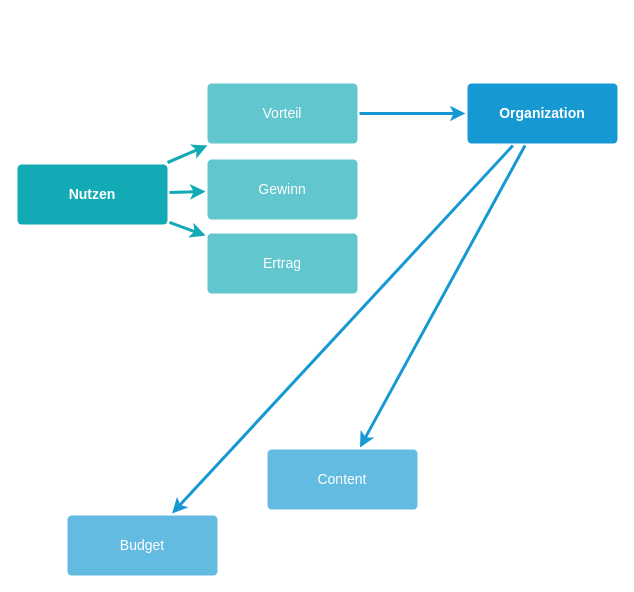
The draw.io diagram Untitled Diagram.drawio in CastroSandra/myRepository, before the edit. Source tidied: cells renumbered, new cells numbered last; positions are measured from the earlier drawing's top-left corner, leaving out a move shared by most shapes. Both pictures are drawn from the tidied source at 100%, with x=0, y=0 at pixel (17, 83).
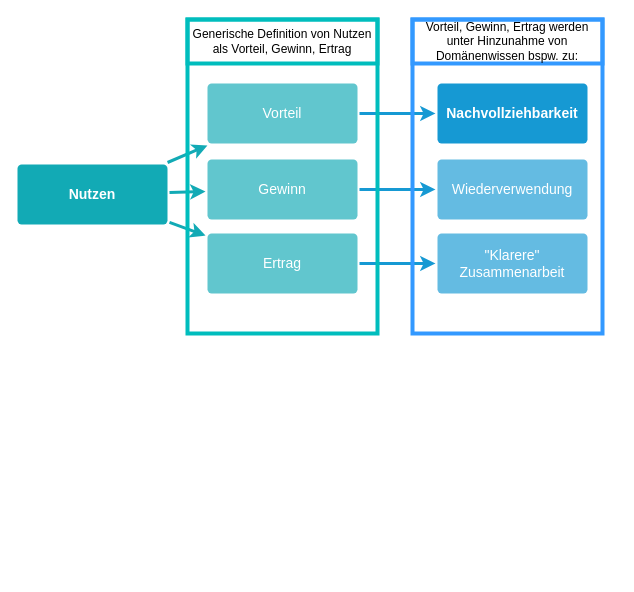
After the change.

Diff of the diagram source:
```diff
@@
 <mxGraphModel background="#ffffff">
   <root>
     <mxCell id="0" />
     <mxCell id="1" parent="0" />
     <mxCell id="2" style="edgeStyle=none;rounded=0;jumpStyle=none;html=1;shadow=0;labelBackgroundColor=none;startArrow=none;startFill=0;endArrow=classic;endFill=1;jettySize=auto;strokeColor=#1699D3;strokeWidth=3;fontFamily=Helvetica;fontSize=14;fontColor=#FFFFFF;spacing=5;exitX=1;exitY=0.5;exitDx=0;exitDy=0;" parent="1" edge="1" source="13" target="5">
       <mxGeometry relative="1" as="geometry" />
     </mxCell>
-    <mxCell id="3" style="edgeStyle=none;rounded=0;jumpStyle=none;html=1;shadow=0;labelBackgroundColor=none;startArrow=none;startFill=0;endArrow=classic;endFill=1;jettySize=auto;strokeColor=#1699D3;strokeWidth=3;fontFamily=Helvetica;fontSize=14;fontColor=#FFFFFF;spacing=5;" parent="1" edge="1" source="5" target="7">
+    <mxCell id="3" style="edgeStyle=none;rounded=0;jumpStyle=none;html=1;shadow=0;labelBackgroundColor=none;startArrow=none;startFill=0;endArrow=classic;endFill=1;jettySize=auto;strokeColor=#1699D3;strokeWidth=3;fontFamily=Helvetica;fontSize=14;fontColor=#FFFFFF;spacing=5;exitX=1;exitY=0.5;exitDx=0;exitDy=0;" parent="1" edge="1" source="11" target="7">
       <mxGeometry relative="1" as="geometry" />
     </mxCell>
-    <mxCell id="4" style="edgeStyle=none;rounded=0;jumpStyle=none;html=1;shadow=0;labelBackgroundColor=none;startArrow=none;startFill=0;endArrow=classic;endFill=1;jettySize=auto;strokeColor=#1699D3;strokeWidth=3;fontFamily=Helvetica;fontSize=14;fontColor=#FFFFFF;spacing=5;" parent="1" edge="1" source="5" target="6">
+    <mxCell id="4" style="edgeStyle=none;rounded=0;jumpStyle=none;html=1;shadow=0;labelBackgroundColor=none;startArrow=none;startFill=0;endArrow=classic;endFill=1;jettySize=auto;strokeColor=#1699D3;strokeWidth=3;fontFamily=Helvetica;fontSize=14;fontColor=#FFFFFF;spacing=5;exitX=1;exitY=0.5;exitDx=0;exitDy=0;" parent="1" edge="1" source="9" target="6">
       <mxGeometry relative="1" as="geometry" />
     </mxCell>
+    <mxCell id="15" style="edgeStyle=orthogonalEdgeStyle;rounded=0;orthogonalLoop=1;jettySize=auto;html=1;exitX=0.5;exitY=1;exitDx=0;exitDy=0;entryX=0.5;entryY=1;entryDx=0;entryDy=0;" parent="1" edge="1" source="5" target="5">
+      <mxGeometry relative="1" as="geometry" />
+    </mxCell>
-    <mxCell id="5" value="Organization" style="rounded=1;whiteSpace=wrap;html=1;shadow=0;labelBackgroundColor=none;strokeColor=none;strokeWidth=3;fillColor=#1699d3;fontFamily=Helvetica;fontSize=14;fontColor=#FFFFFF;align=center;spacing=5;fontStyle=1;arcSize=7;perimeterSpacing=2;" parent="1" vertex="1">
-      <mxGeometry x="450" width="150" height="60" as="geometry" />
+    <mxCell id="5" value="Nachvollziehbarkeit" style="rounded=1;whiteSpace=wrap;html=1;shadow=0;labelBackgroundColor=none;strokeColor=none;strokeWidth=3;fillColor=#1699d3;fontFamily=Helvetica;fontSize=14;fontColor=#FFFFFF;align=center;spacing=5;fontStyle=1;arcSize=7;perimeterSpacing=2;" parent="1" vertex="1">
+      <mxGeometry x="420" width="150" height="60" as="geometry" />
     </mxCell>
-    <mxCell id="6" value="Content" style="rounded=1;whiteSpace=wrap;html=1;shadow=0;labelBackgroundColor=none;strokeColor=none;strokeWidth=3;fillColor=#64bbe2;fontFamily=Helvetica;fontSize=14;fontColor=#FFFFFF;align=center;spacing=5;arcSize=7;perimeterSpacing=2;" parent="1" vertex="1">
-      <mxGeometry x="250" y="366" width="150" height="60" as="geometry" />
+    <mxCell id="6" value="&quot;Klarere&quot; Zusammenarbeit" style="rounded=1;whiteSpace=wrap;html=1;shadow=0;labelBackgroundColor=none;strokeColor=none;strokeWidth=3;fillColor=#64bbe2;fontFamily=Helvetica;fontSize=14;fontColor=#FFFFFF;align=center;spacing=5;arcSize=7;perimeterSpacing=2;" parent="1" vertex="1">
+      <mxGeometry x="420" y="150" width="150" height="60" as="geometry" />
     </mxCell>
-    <mxCell id="7" value="Budget" style="rounded=1;whiteSpace=wrap;html=1;shadow=0;labelBackgroundColor=none;strokeColor=none;strokeWidth=3;fillColor=#64bbe2;fontFamily=Helvetica;fontSize=14;fontColor=#FFFFFF;align=center;spacing=5;arcSize=7;perimeterSpacing=2;" parent="1" vertex="1">
-      <mxGeometry x="50" y="432" width="150" height="60" as="geometry" />
+    <mxCell id="7" value="Wiederverwendung" style="rounded=1;whiteSpace=wrap;html=1;shadow=0;labelBackgroundColor=none;strokeColor=none;strokeWidth=3;fillColor=#64bbe2;fontFamily=Helvetica;fontSize=14;fontColor=#FFFFFF;align=center;spacing=5;arcSize=7;perimeterSpacing=2;" parent="1" vertex="1">
+      <mxGeometry x="420" y="76" width="150" height="60" as="geometry" />
     </mxCell>
     <mxCell id="8" value="Nutzen" style="rounded=1;whiteSpace=wrap;html=1;shadow=0;labelBackgroundColor=none;strokeColor=none;strokeWidth=3;fillColor=#12aab5;fontFamily=Helvetica;fontSize=14;fontColor=#FFFFFF;align=center;spacing=5;fontStyle=1;arcSize=7;perimeterSpacing=2;" parent="1" vertex="1">
       <mxGeometry y="81" width="150" height="60" as="geometry" />
     </mxCell>
     <mxCell id="9" value="Ertrag" style="rounded=1;whiteSpace=wrap;html=1;shadow=0;labelBackgroundColor=none;strokeColor=none;strokeWidth=3;fillColor=#61c6ce;fontFamily=Helvetica;fontSize=14;fontColor=#FFFFFF;align=center;spacing=5;fontStyle=0;arcSize=7;perimeterSpacing=2;" parent="1" vertex="1">
       <mxGeometry x="190" y="150" width="150" height="60" as="geometry" />
     </mxCell>
     <mxCell id="10" style="edgeStyle=none;rounded=1;jumpStyle=none;html=1;shadow=0;labelBackgroundColor=none;startArrow=none;startFill=0;jettySize=auto;strokeColor=#12AAB5;strokeWidth=3;fontFamily=Helvetica;fontSize=14;fontColor=#FFFFFF;spacing=5;fontStyle=1;fillColor=#b0e3e6;" parent="1" edge="1" source="8" target="9">
       <mxGeometry relative="1" as="geometry" />
     </mxCell>
     <mxCell id="11" value="Gewinn" style="rounded=1;whiteSpace=wrap;html=1;shadow=0;labelBackgroundColor=none;strokeColor=none;strokeWidth=3;fillColor=#61c6ce;fontFamily=Helvetica;fontSize=14;fontColor=#FFFFFF;align=center;spacing=5;fontStyle=0;arcSize=7;perimeterSpacing=2;" parent="1" vertex="1">
       <mxGeometry x="190" y="76" width="150" height="60" as="geometry" />
     </mxCell>
     <mxCell id="12" style="edgeStyle=none;rounded=1;jumpStyle=none;html=1;shadow=0;labelBackgroundColor=none;startArrow=none;startFill=0;jettySize=auto;strokeColor=#12AAB5;strokeWidth=3;fontFamily=Helvetica;fontSize=14;fontColor=#FFFFFF;spacing=5;fontStyle=1;fillColor=#b0e3e6;" parent="1" edge="1" source="8" target="11">
       <mxGeometry relative="1" as="geometry" />
     </mxCell>
     <mxCell id="13" value="Vorteil" style="rounded=1;whiteSpace=wrap;html=1;shadow=0;labelBackgroundColor=none;strokeColor=none;strokeWidth=3;fillColor=#61c6ce;fontFamily=Helvetica;fontSize=14;fontColor=#FFFFFF;align=center;spacing=5;fontStyle=0;arcSize=7;perimeterSpacing=2;" parent="1" vertex="1">
       <mxGeometry x="190" width="150" height="60" as="geometry" />
     </mxCell>
     <mxCell id="14" style="edgeStyle=none;rounded=1;jumpStyle=none;html=1;shadow=0;labelBackgroundColor=none;startArrow=none;startFill=0;jettySize=auto;strokeColor=#12AAB5;strokeWidth=3;fontFamily=Helvetica;fontSize=14;fontColor=#FFFFFF;spacing=5;fontStyle=1;fillColor=#b0e3e6;" parent="1" edge="1" source="8" target="13">
       <mxGeometry relative="1" as="geometry" />
     </mxCell>
+    <mxCell id="16" style="rounded=0;whiteSpace=wrap;html=1;fillColor=none;strokeWidth=4;strokeColor=#00BDBD;" parent="1" vertex="1">
+      <mxGeometry x="170" y="-64" width="190" height="314" as="geometry" />
+    </mxCell>
+    <mxCell id="17" value="&lt;div&gt;&lt;span&gt;&lt;font style=&quot;font-size: 12px&quot;&gt;Generische Definition von Nutzen als Vorteil, Gewinn, Ertrag&lt;/font&gt;&lt;/span&gt;&lt;/div&gt;" style="rounded=0;whiteSpace=wrap;html=1;strokeColor=#00BDBD;strokeWidth=4;fillColor=none;align=center;" parent="1" vertex="1">
+      <mxGeometry x="170" y="-64" width="190" height="44" as="geometry" />
+    </mxCell>
+    <mxCell id="18" style="rounded=0;whiteSpace=wrap;html=1;fillColor=none;strokeWidth=4;strokeColor=#3399FF;" parent="1" vertex="1">
+      <mxGeometry x="395" y="-64" width="190" height="314" as="geometry" />
+    </mxCell>
+    <mxCell id="19" value="&lt;div&gt;&lt;span&gt;&lt;font style=&quot;font-size: 12px&quot;&gt;Vorteil, Gewinn, Ertrag werden unter Hinzunahme von Domänenwissen bspw. zu:&lt;/font&gt;&lt;/span&gt;&lt;/div&gt;" style="rounded=0;whiteSpace=wrap;html=1;strokeColor=#3399FF;strokeWidth=4;fillColor=none;align=center;" parent="1" vertex="1">
+      <mxGeometry x="395" y="-64" width="190" height="44" as="geometry" />
+    </mxCell>
   </root>
 </mxGraphModel>
```
